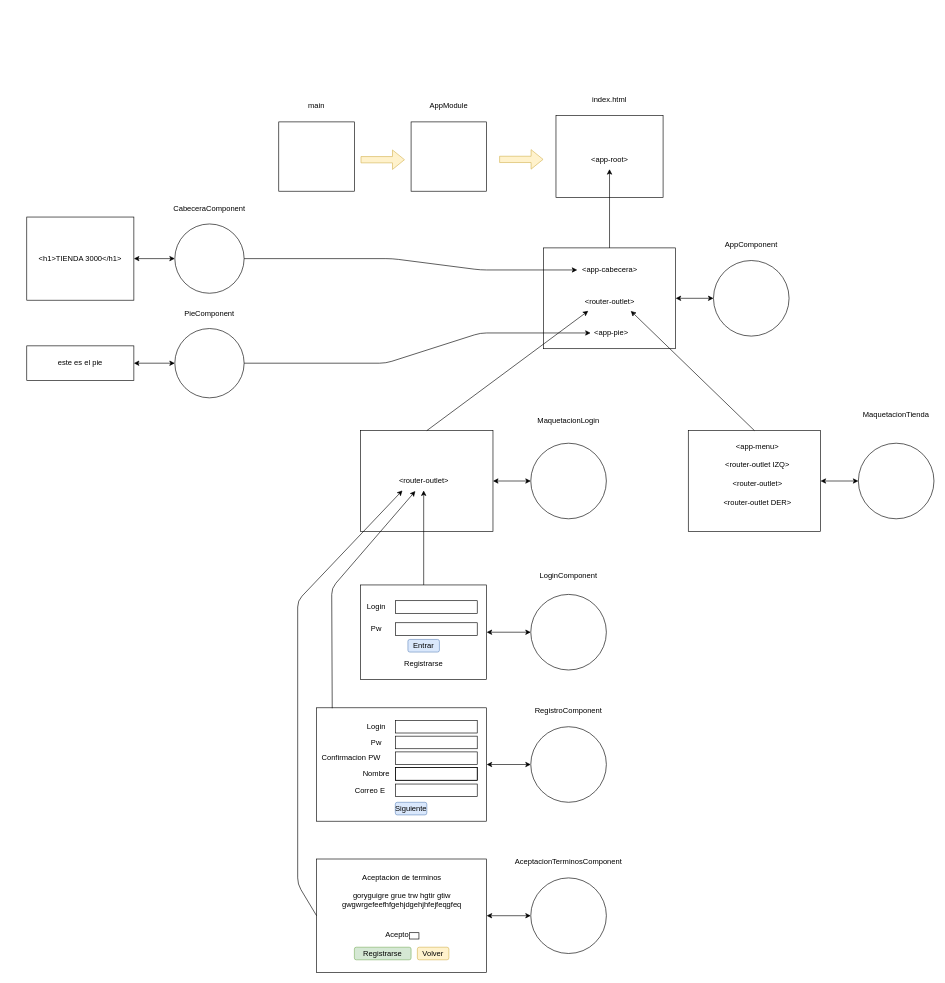
The draw.io diagram page "Página-39" (38 of 39) of dibujos.drawio in lrag/MEAN_2021_2, before the edit. Source tidied: cells renumbered, new cells numbered last; positions are measured from the earlier drawing's top-left corner, leaving out a move shared by most shapes. Both pictures are drawn from the tidied source at 63%, with x=0, y=0 at pixel (26, 90).
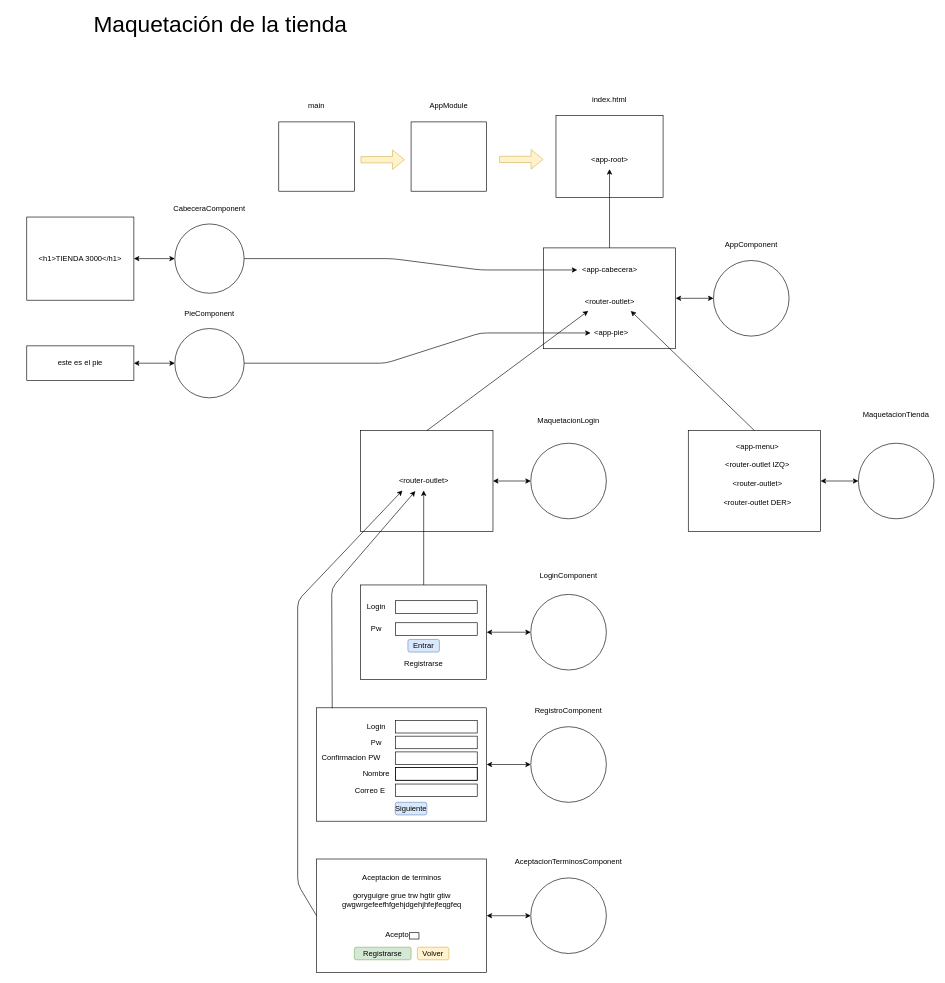
The same page after the edit.

Diff of the diagram source:
```diff
@@
+    <mxCell id="86" value="&lt;font style=&quot;font-size: 36px&quot;&gt;Maquetación de la tienda&lt;/font&gt;" style="text;html=1;strokeColor=none;fillColor=none;align=center;verticalAlign=middle;whiteSpace=wrap;rounded=0;" parent="1" vertex="1">
+      <mxGeometry x="-25" y="-120" width="665" height="30" as="geometry" />
+    </mxCell>
```
